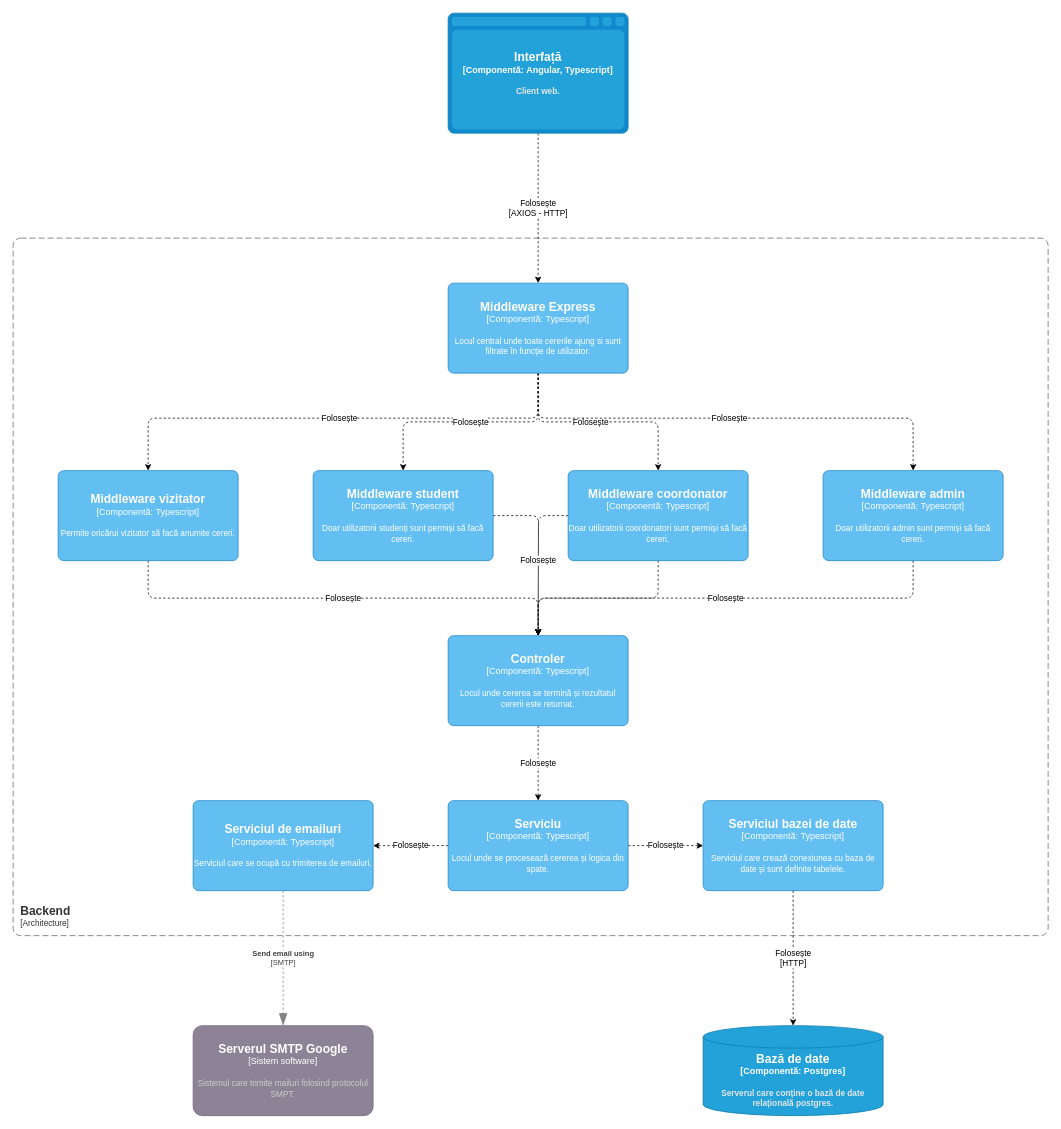
The draw.io diagram page "backend" (4 of 4) of files/diagrams.drawio in valentin-stamate/dashboard-activitatie-academica, before the edit. Source tidied: cells renumbered, new cells numbered last; positions are measured from the earlier drawing's top-left corner, leaving out a move shared by most shapes. Both pictures are drawn from the tidied source at 75%, with x=0, y=0 at pixel (13, 13).
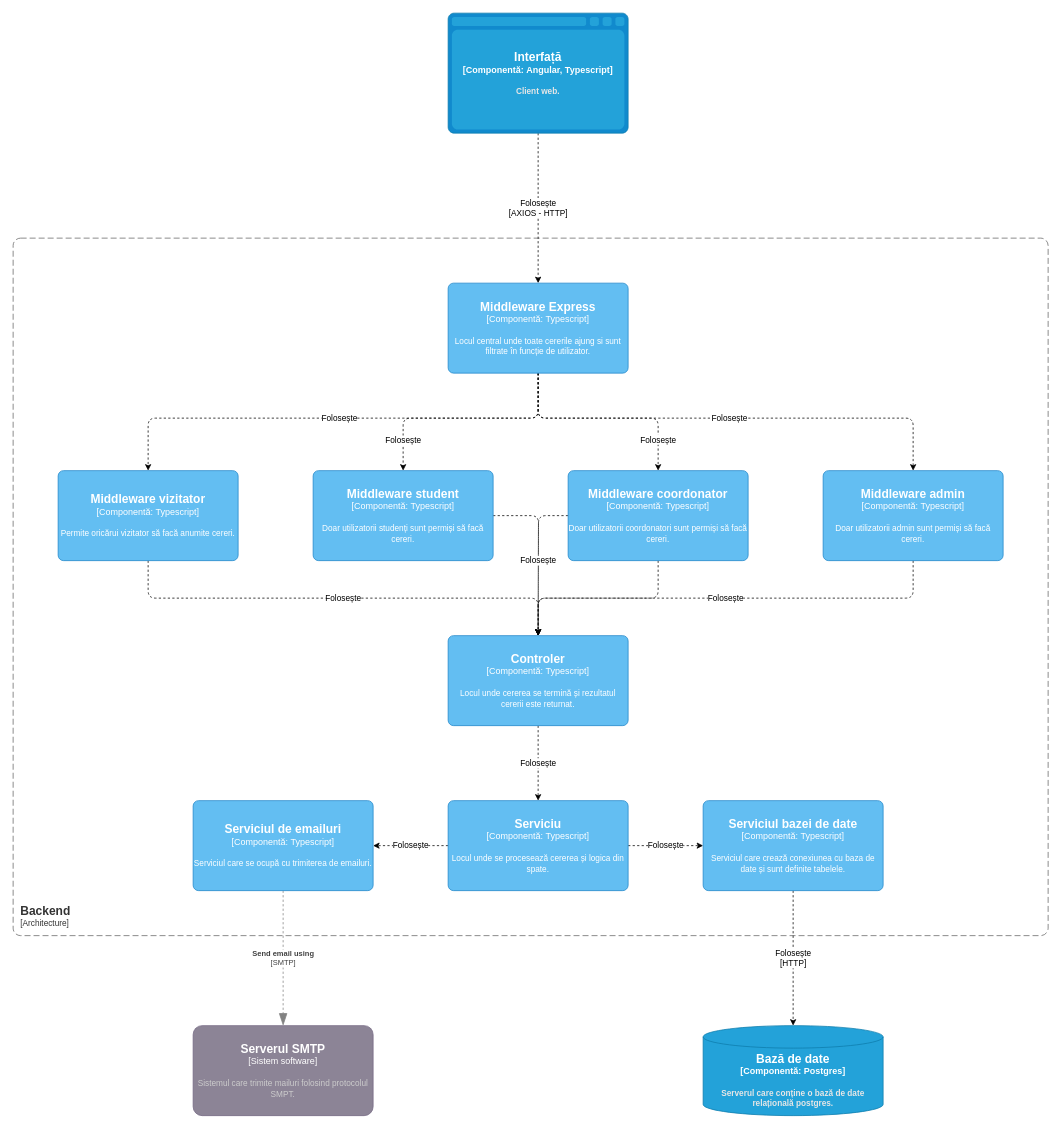
Above is the later version.

The change refers to these unchanged cells:
```xml
<object id="10" label="&lt;font style=&quot;font-size: 16px&quot;&gt;&lt;b&gt;%c4Name%&lt;/b&gt;&lt;/font&gt;&lt;div&gt;[%c4Type%: %c4Technology%]&lt;/div&gt;&lt;br&gt;&lt;div&gt;&lt;font style=&quot;font-size: 11px&quot;&gt;%c4Description%&lt;/font&gt;&lt;/div&gt;" c4Description="Doar utilizatorii studenți sunt permiși să facă cereri." c4Name="Middleware student" c4Technology="Typescript" c4Type="Componentă" placeholders="1">
  <mxCell style="rounded=1;whiteSpace=wrap;html=1;labelBackgroundColor=none;fillColor=#63BEF2;fontColor=#ffffff;align=center;arcSize=6;strokeColor=#2086C9;points=[[0.25,0,0],[0.5,0,0],[0.75,0,0],[1,0.25,0],[1,0.5,0],[1,0.75,0],[0.75,1,0],[0.5,1,0],[0.25,1,0],[0,0.75,0],[0,0.5,0],[0,0.25,0]];" parent="1" vertex="1">
    <mxGeometry x="400" y="610" width="240" height="120" as="geometry" />
  </mxCell>
</object>
<object id="13" label="&lt;font style=&quot;font-size: 16px&quot;&gt;&lt;b&gt;%c4Name%&lt;/b&gt;&lt;/font&gt;&lt;div&gt;[%c4Type%: %c4Technology%]&lt;/div&gt;&lt;br&gt;&lt;div&gt;&lt;font style=&quot;font-size: 11px&quot;&gt;%c4Description%&lt;/font&gt;&lt;/div&gt;" c4Description="Doar utilizatorii coordonatori sunt permiși să facă cereri." c4Name="Middleware coordonator" c4Technology="Typescript" c4Type="Componentă" placeholders="1">
  <mxCell style="rounded=1;whiteSpace=wrap;html=1;labelBackgroundColor=none;fillColor=#63BEF2;fontColor=#ffffff;align=center;arcSize=6;strokeColor=#2086C9;points=[[0.25,0,0],[0.5,0,0],[0.75,0,0],[1,0.25,0],[1,0.5,0],[1,0.75,0],[0.75,1,0],[0.5,1,0],[0.25,1,0],[0,0.75,0],[0,0.5,0],[0,0.25,0]];" parent="1" vertex="1">
    <mxGeometry x="740" y="610" width="240" height="120" as="geometry" />
  </mxCell>
</object>
<object id="20" label="&lt;font style=&quot;font-size: 16px&quot;&gt;&lt;b&gt;%c4Name%&lt;/b&gt;&lt;/font&gt;&lt;div&gt;[%c4Type%: %c4Technology%]&lt;/div&gt;&lt;br&gt;&lt;div&gt;&lt;font style=&quot;font-size: 11px&quot;&gt;%c4Description%&lt;/font&gt;&lt;/div&gt;" c4Description="Locul central unde toate cererile ajung si sunt filtrate în funcție de utilizator." c4Name="Middleware Express" c4Technology="Typescript" c4Type="Componentă" placeholders="1">
  <mxCell style="rounded=1;whiteSpace=wrap;html=1;labelBackgroundColor=none;fillColor=#63BEF2;fontColor=#ffffff;align=center;arcSize=6;strokeColor=#2086C9;points=[[0.25,0,0],[0.5,0,0],[0.75,0,0],[1,0.25,0],[1,0.5,0],[1,0.75,0],[0.75,1,0],[0.5,1,0],[0.25,1,0],[0,0.75,0],[0,0.5,0],[0,0.25,0]];" parent="1" vertex="1">
    <mxGeometry x="580" y="360" width="240" height="120" as="geometry" />
  </mxCell>
</object>
```

What changed in the source:
```diff
@@
     <mxCell id="17" value="Folosește" style="edgeStyle=orthogonalEdgeStyle;rounded=1;jettySize=auto;html=1;entryX=0.5;entryY=0;entryDx=0;entryDy=0;entryPerimeter=0;dashed=1;" parent="1" edge="1" source="20" target="10">
-      <mxGeometry relative="1" as="geometry" />
+      <mxGeometry x="0.74" relative="1" as="geometry">
+        <Array as="points">
+          <mxPoint x="700" y="540" />
+          <mxPoint x="520" y="540" />
+        </Array>
+      </mxGeometry>
     </mxCell>
     <mxCell id="18" value="Folosește" style="edgeStyle=orthogonalEdgeStyle;rounded=1;jettySize=auto;html=1;dashed=1;" parent="1" edge="1" source="20" target="13">
-      <mxGeometry x="-0.07" relative="1" as="geometry" />
+      <mxGeometry x="0.72" relative="1" as="geometry">
+        <Array as="points">
+          <mxPoint x="700" y="540" />
+          <mxPoint x="860" y="540" />
+        </Array>
+      </mxGeometry>
     </mxCell>
@@
-    <object id="23" label="&lt;font style=&quot;font-size: 16px&quot;&gt;&lt;b&gt;%c4Name%&lt;/b&gt;&lt;/font&gt;&lt;div&gt;[%c4Type%]&lt;/div&gt;&lt;br&gt;&lt;div&gt;&lt;font style=&quot;font-size: 11px&quot;&gt;&lt;font color=&quot;#cccccc&quot;&gt;%c4Description%&lt;/font&gt;&lt;/div&gt;" c4Description="Sistemul care trimite mailuri folosind protocolul SMPT." c4Name="Serverul SMTP Google" c4Type="Sistem software" placeholders="1">
+    <object id="23" label="&lt;font style=&quot;font-size: 16px&quot;&gt;&lt;b&gt;%c4Name%&lt;/b&gt;&lt;/font&gt;&lt;div&gt;[%c4Type%]&lt;/div&gt;&lt;br&gt;&lt;div&gt;&lt;font style=&quot;font-size: 11px&quot;&gt;&lt;font color=&quot;#cccccc&quot;&gt;%c4Description%&lt;/font&gt;&lt;/div&gt;" c4Description="Sistemul care trimite mailuri folosind protocolul SMPT." c4Name="Serverul SMTP" c4Type="Sistem software" placeholders="1">
       <mxCell style="rounded=1;whiteSpace=wrap;html=1;labelBackgroundColor=none;fillColor=#8C8496;fontColor=#ffffff;align=center;arcSize=10;strokeColor=#736782;points=[[0.25,0,0],[0.5,0,0],[0.75,0,0],[1,0.25,0],[1,0.5,0],[1,0.75,0],[0.75,1,0],[0.5,1,0],[0.25,1,0],[0,0.75,0],[0,0.5,0],[0,0.25,0]];" parent="1" vertex="1">
         <mxGeometry x="240" y="1350" width="240" height="120" as="geometry" />
       </mxCell>
     </object>
```
